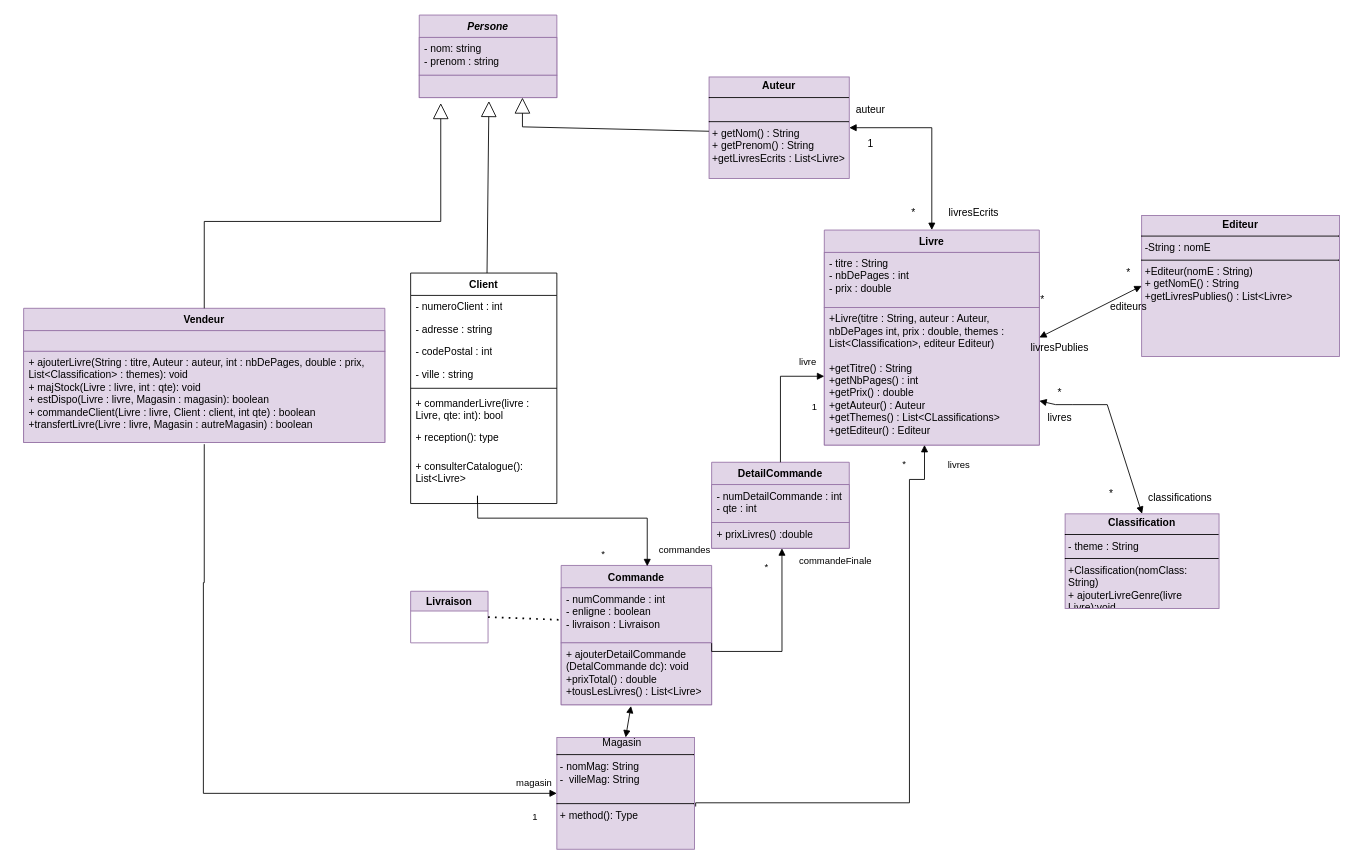
Earlier version of the draw.io diagram diagrammedeclasse.drawio (NolhanDolou/SAE_JAVA). Source tidied: cells renumbered, new cells numbered last; positions are measured from the earlier drawing's top-left corner, leaving out a move shared by most shapes. Both pictures are drawn from the tidied source at 86%, with x=0, y=0 at pixel (23, 15).
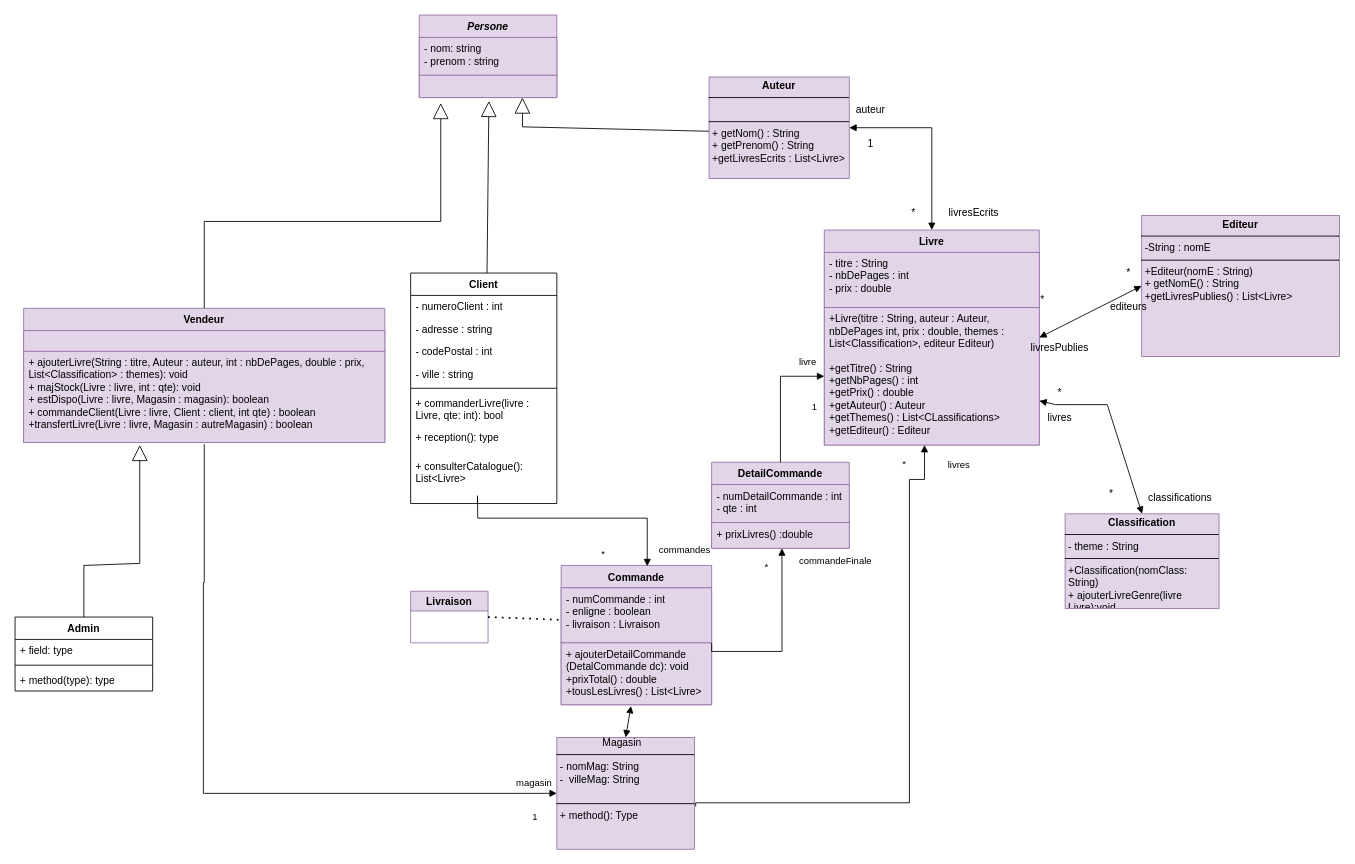
After the change.

Commit message:
Mettre à jour diagrammedeclasse.drawio

What changed in the source:
```diff
@@
+    <mxCell id="62" value="Admin" style="swimlane;fontStyle=1;align=center;verticalAlign=top;horizontal=1;startSize=26;whiteSpace=wrap;html=1;" parent="1" vertex="1">
+      <mxGeometry x="-10" y="700" width="160" height="86" as="geometry" />
+    </mxCell>
+    <mxCell id="63" value="+ field: type" style="text;strokeColor=none;fillColor=none;align=left;verticalAlign=top;spacingLeft=4;spacingRight=4;overflow=hidden;whiteSpace=wrap;html=1;" parent="62" vertex="1">
+      <mxGeometry y="26" width="160" height="26" as="geometry" />
+    </mxCell>
+    <mxCell id="64" style="line;strokeWidth=1;fillColor=none;align=left;verticalAlign=middle;spacingTop=-1;spacingLeft=3;spacingRight=3;labelPosition=right;strokeColor=inherit;" parent="62" vertex="1">
+      <mxGeometry y="52" width="160" height="8" as="geometry" />
+    </mxCell>
+    <mxCell id="65" value="+ method(type): type" style="text;strokeColor=none;fillColor=none;align=left;verticalAlign=top;spacingLeft=4;spacingRight=4;overflow=hidden;whiteSpace=wrap;html=1;" parent="62" vertex="1">
+      <mxGeometry y="60" width="160" height="26" as="geometry" />
+    </mxCell>
+    <mxCell id="66" style="endArrow=block;endSize=16;endFill=0;html=1;rounded=0;exitX=0.5;exitY=0;exitDx=0;exitDy=0;entryX=0.156;entryY=0.794;entryDx=0;entryDy=0;entryPerimeter=0;" parent="1" edge="1" source="62">
+      <mxGeometry relative="1" as="geometry">
+        <mxPoint x="135" y="500" as="targetPoint" />
+        <Array as="points">
+          <mxPoint x="70" y="640" />
+          <mxPoint x="135" y="637.6" />
+        </Array>
+      </mxGeometry>
+    </mxCell>
```
